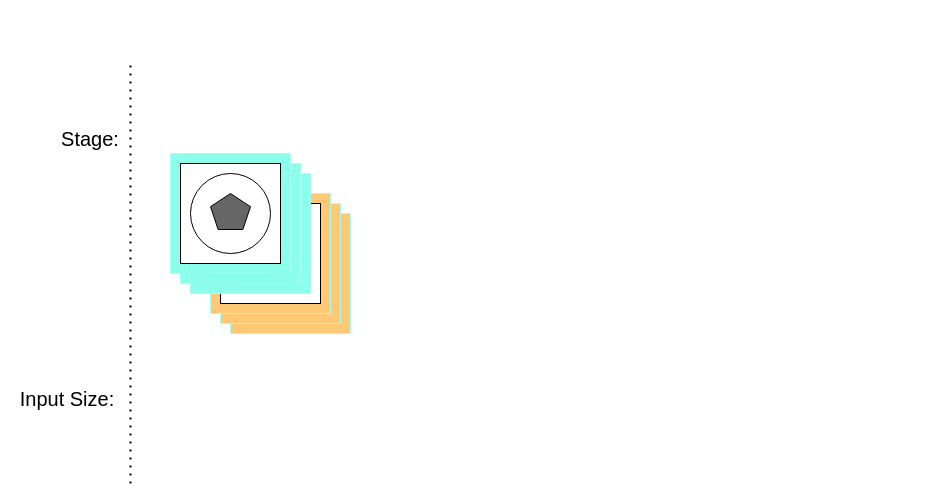
The draw.io diagram network.drawio in RoggerL/draw, before the edit. Source tidied: cells renumbered, new cells numbered last; positions are measured from the earlier drawing's top-left corner, leaving out a move shared by most shapes. Both pictures are drawn from the tidied source at 100%, with x=0, y=0 at pixel (17, 63).
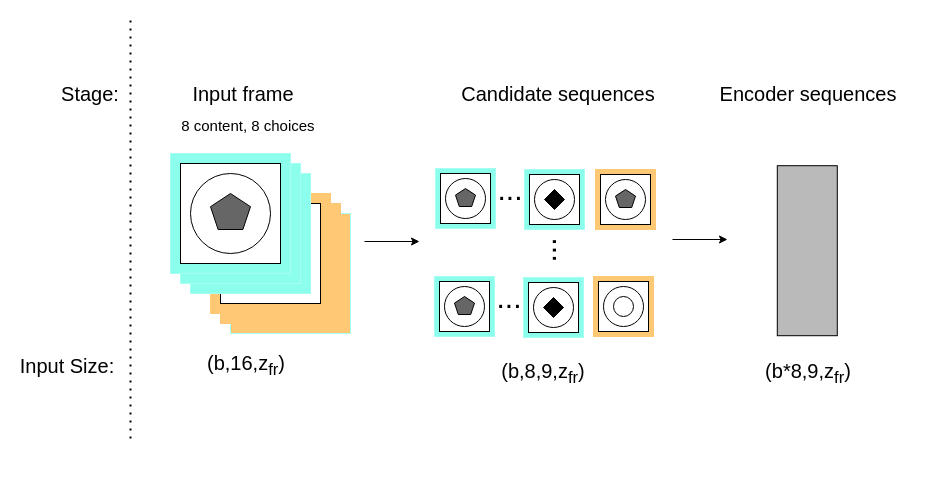
The same diagram, later.

The change refers to these unchanged cells:
```xml
<mxCell id="7" style="group;fillColor=#A6FFF3;strokeColor=#000000;" parent="1" vertex="1">
  <mxGeometry x="203" y="140" width="120" height="120" as="geometry" />
</mxCell>
```

Diff of the diagram source:
```diff
@@
-    <mxCell id="2" style="group;fillColor=#A6FFF3;strokeColor=#000000;" parent="1" vertex="1">
+    <mxCell id="2" style="group;fillColor=#A6FFF3;strokeColor=#FFC875;" parent="1" vertex="1">
       <mxGeometry x="213" y="150" width="120" height="120" as="geometry" />
     </mxCell>
@@
-    <mxCell id="8" style="whiteSpace=wrap;html=1;fillColor=#FFC875;strokeColor=#A6FFF3;" parent="7" vertex="1">
+    <mxCell id="8" style="whiteSpace=wrap;html=1;fillColor=#FFC875;strokeColor=#FFC875;" parent="7" vertex="1">
       <mxGeometry width="120" height="120" as="geometry" />
     </mxCell>
@@
-    <mxCell id="12" style="group;fillColor=#A6FFF3;strokeColor=#000000;" parent="1" vertex="1">
+    <mxCell id="12" style="group;fillColor=#A6FFF3;strokeColor=#FFC875;" parent="1" vertex="1">
       <mxGeometry x="193" y="130" width="120" height="120" as="geometry" />
     </mxCell>
-    <mxCell id="13" style="whiteSpace=wrap;html=1;fillColor=#FFC875;strokeColor=#A6FFF3;" parent="12" vertex="1">
+    <mxCell id="13" style="whiteSpace=wrap;html=1;fillColor=#FFC875;strokeColor=#FFC875;" parent="12" vertex="1">
       <mxGeometry width="120" height="120" as="geometry" />
     </mxCell>
@@
     <mxCell id="32" style="endArrow=none;dashed=1;html=1;dashPattern=1 3;strokeWidth=2;rounded=0;" parent="1" edge="1">
       <mxGeometry relative="1" as="geometry">
-        <mxPoint x="113" y="420" as="sourcePoint" />
-        <mxPoint x="113" as="targetPoint" />
+        <mxPoint x="113" y="375" as="sourcePoint" />
+        <mxPoint x="113" y="-45" as="targetPoint" />
       </mxGeometry>
     </mxCell>
     <mxCell id="33" value="&lt;font style=&quot;font-size: 20px&quot;&gt;Stage:&lt;/font&gt;" style="text;html=1;strokeColor=none;fillColor=none;align=center;verticalAlign=middle;whiteSpace=wrap;rounded=0;" parent="1" vertex="1">
-      <mxGeometry x="43" y="60" width="60" height="30" as="geometry" />
+      <mxGeometry x="43" y="15" width="60" height="30" as="geometry" />
     </mxCell>
     <mxCell id="34" value="Input Size:" style="text;html=1;strokeColor=none;fillColor=none;align=center;verticalAlign=middle;whiteSpace=wrap;rounded=0;fontSize=20;" parent="1" vertex="1">
-      <mxGeometry y="320" width="100" height="30" as="geometry" />
+      <mxGeometry y="287" width="100" height="30" as="geometry" />
     </mxCell>
+    <mxCell id="35" value="&lt;font style=&quot;font-size: 20px&quot;&gt;Input frame&lt;/font&gt;" style="text;html=1;strokeColor=none;fillColor=none;align=center;verticalAlign=middle;whiteSpace=wrap;rounded=0;" parent="1" vertex="1">
+      <mxGeometry x="166" y="15" width="120" height="30" as="geometry" />
+    </mxCell>
+    <mxCell id="36" value="&lt;font style=&quot;font-size: 15px&quot;&gt;&lt;font style=&quot;font-size: 15px&quot;&gt;8 content, 8 choices&lt;/font&gt;&amp;nbsp;&lt;/font&gt;" style="text;html=1;strokeColor=none;fillColor=none;align=center;verticalAlign=middle;whiteSpace=wrap;rounded=0;fontSize=20;" parent="1" vertex="1">
+      <mxGeometry x="153" y="45" width="160" height="30" as="geometry" />
+    </mxCell>
+    <mxCell id="37" value="&lt;font style=&quot;font-size: 20px&quot;&gt;(b,16,z&lt;sub&gt;fr&lt;/sub&gt;)&lt;/font&gt;" style="text;html=1;strokeColor=none;fillColor=none;align=center;verticalAlign=middle;whiteSpace=wrap;rounded=0;fontSize=15;" parent="1" vertex="1">
+      <mxGeometry x="199" y="287" width="60" height="30" as="geometry" />
+    </mxCell>
+    <mxCell id="38" style="endArrow=classic;html=1;rounded=0;fontSize=20;" parent="1" edge="1">
+      <mxGeometry relative="1" as="geometry">
+        <mxPoint x="347" y="178" as="sourcePoint" />
+        <mxPoint x="402" y="178" as="targetPoint" />
+      </mxGeometry>
+    </mxCell>
+    <mxCell id="39" style="group;fillColor=#A6FFF3;strokeColor=#000000;" parent="1" vertex="1">
+      <mxGeometry x="418" y="105" width="60" height="60" as="geometry" />
+    </mxCell>
+    <mxCell id="40" style="whiteSpace=wrap;html=1;fillColor=#8CFFEC;strokeColor=#A6FFF3;" parent="39" vertex="1">
+      <mxGeometry width="60" height="60" as="geometry" />
+    </mxCell>
+    <mxCell id="41" style="whiteSpace=wrap;html=1;strokeColor=#000000;fillColor=#FFFFFF;" parent="39" vertex="1">
+      <mxGeometry x="5" y="5" width="50" height="50" as="geometry" />
+    </mxCell>
+    <mxCell id="42" style="ellipse;whiteSpace=wrap;html=1;strokeColor=#000000;fillColor=#FFFFFF;" parent="39" vertex="1">
+      <mxGeometry x="10" y="10" width="40" height="40" as="geometry" />
+    </mxCell>
+    <mxCell id="43" style="whiteSpace=wrap;html=1;shape=mxgraph.basic.pentagon;fillColor=#666666;strokeColor=#000000;" parent="39" vertex="1">
+      <mxGeometry x="20" y="20" width="20" height="18" as="geometry" />
+    </mxCell>
+    <mxCell id="44" value="&lt;font style=&quot;font-size: 30px&quot;&gt;...&lt;/font&gt;" style="text;html=1;strokeColor=none;fillColor=none;align=center;verticalAlign=middle;whiteSpace=wrap;rounded=0;fontSize=20;" parent="1" vertex="1">
+      <mxGeometry x="473" y="116" width="40" height="20" as="geometry" />
+    </mxCell>
+    <mxCell id="45" style="group;fillColor=#A6FFF3;strokeColor=#000000;" parent="1" vertex="1">
+      <mxGeometry x="507" y="106" width="60" height="60" as="geometry" />
+    </mxCell>
+    <mxCell id="46" style="whiteSpace=wrap;html=1;fillColor=#8CFFEC;strokeColor=#A6FFF3;" parent="45" vertex="1">
+      <mxGeometry width="60" height="60" as="geometry" />
+    </mxCell>
+    <mxCell id="47" style="whiteSpace=wrap;html=1;strokeColor=#000000;fillColor=#FFFFFF;" parent="45" vertex="1">
+      <mxGeometry x="5" y="5" width="50" height="50" as="geometry" />
+    </mxCell>
+    <mxCell id="48" style="ellipse;whiteSpace=wrap;html=1;strokeColor=#000000;fillColor=#FFFFFF;" parent="45" vertex="1">
+      <mxGeometry x="10" y="10" width="40" height="40" as="geometry" />
+    </mxCell>
+    <mxCell id="49" style="rhombus;whiteSpace=wrap;html=1;fontSize=20;strokeColor=#000000;fillColor=#000000;" parent="45" vertex="1">
+      <mxGeometry x="20" y="20" width="20" height="20" as="geometry" />
+    </mxCell>
+    <mxCell id="50" style="group;fillColor=#A6FFF3;strokeColor=#000000;" parent="1" vertex="1">
+      <mxGeometry x="578" y="106" width="60" height="60" as="geometry" />
+    </mxCell>
+    <mxCell id="51" style="whiteSpace=wrap;html=1;fillColor=#FFC875;strokeColor=#FFC875;" parent="50" vertex="1">
+      <mxGeometry width="60" height="60" as="geometry" />
+    </mxCell>
+    <mxCell id="52" style="whiteSpace=wrap;html=1;strokeColor=#000000;fillColor=#FFFFFF;" parent="50" vertex="1">
+      <mxGeometry x="5" y="5" width="50" height="50" as="geometry" />
+    </mxCell>
+    <mxCell id="53" style="ellipse;whiteSpace=wrap;html=1;strokeColor=#000000;fillColor=#FFFFFF;" parent="50" vertex="1">
+      <mxGeometry x="10" y="10" width="40" height="40" as="geometry" />
+    </mxCell>
+    <mxCell id="54" style="whiteSpace=wrap;html=1;shape=mxgraph.basic.pentagon;fillColor=#666666;strokeColor=#000000;" parent="50" vertex="1">
+      <mxGeometry x="20" y="20" width="20" height="18" as="geometry" />
+    </mxCell>
+    <mxCell id="55" style="group;fillColor=#A6FFF3;strokeColor=#000000;" parent="1" vertex="1">
+      <mxGeometry x="417" y="213" width="60" height="60" as="geometry" />
+    </mxCell>
+    <mxCell id="56" style="whiteSpace=wrap;html=1;fillColor=#8CFFEC;strokeColor=#A6FFF3;" parent="55" vertex="1">
+      <mxGeometry width="60" height="60" as="geometry" />
+    </mxCell>
+    <mxCell id="57" style="whiteSpace=wrap;html=1;strokeColor=#000000;fillColor=#FFFFFF;" parent="55" vertex="1">
+      <mxGeometry x="5" y="5" width="50" height="50" as="geometry" />
+    </mxCell>
+    <mxCell id="58" style="ellipse;whiteSpace=wrap;html=1;strokeColor=#000000;fillColor=#FFFFFF;" parent="55" vertex="1">
+      <mxGeometry x="10" y="10" width="40" height="40" as="geometry" />
+    </mxCell>
+    <mxCell id="59" style="whiteSpace=wrap;html=1;shape=mxgraph.basic.pentagon;fillColor=#666666;strokeColor=#000000;" parent="55" vertex="1">
+      <mxGeometry x="20" y="20" width="20" height="18" as="geometry" />
+    </mxCell>
+    <mxCell id="60" value="&lt;font style=&quot;font-size: 30px&quot;&gt;...&lt;/font&gt;" style="text;html=1;strokeColor=none;fillColor=none;align=center;verticalAlign=middle;whiteSpace=wrap;rounded=0;fontSize=20;" parent="1" vertex="1">
+      <mxGeometry x="472" y="224" width="40" height="20" as="geometry" />
+    </mxCell>
+    <mxCell id="61" style="group;fillColor=#A6FFF3;strokeColor=#000000;" parent="1" vertex="1">
+      <mxGeometry x="506" y="214" width="60" height="60" as="geometry" />
+    </mxCell>
+    <mxCell id="62" style="whiteSpace=wrap;html=1;fillColor=#8CFFEC;strokeColor=#A6FFF3;" parent="61" vertex="1">
+      <mxGeometry width="60" height="60" as="geometry" />
+    </mxCell>
+    <mxCell id="63" style="whiteSpace=wrap;html=1;strokeColor=#000000;fillColor=#FFFFFF;" parent="61" vertex="1">
+      <mxGeometry x="5" y="5" width="50" height="50" as="geometry" />
+    </mxCell>
+    <mxCell id="64" style="ellipse;whiteSpace=wrap;html=1;strokeColor=#000000;fillColor=#FFFFFF;" parent="61" vertex="1">
+      <mxGeometry x="10" y="10" width="40" height="40" as="geometry" />
+    </mxCell>
+    <mxCell id="65" style="rhombus;whiteSpace=wrap;html=1;fontSize=20;strokeColor=#000000;fillColor=#000000;" parent="61" vertex="1">
+      <mxGeometry x="20" y="20" width="20" height="20" as="geometry" />
+    </mxCell>
+    <mxCell id="66" value="..." style="text;html=1;strokeColor=none;fillColor=none;align=center;verticalAlign=middle;whiteSpace=wrap;rounded=0;fontSize=30;rotation=-90;" parent="1" vertex="1">
+      <mxGeometry x="498" y="172" width="60" height="30" as="geometry" />
+    </mxCell>
+    <mxCell id="67" style="group;fillColor=#A6FFF3;strokeColor=#000000;" parent="1" vertex="1">
+      <mxGeometry x="576" y="213" width="60" height="60" as="geometry" />
+    </mxCell>
+    <mxCell id="68" style="whiteSpace=wrap;html=1;fillColor=#FFC875;strokeColor=#FFC875;" parent="67" vertex="1">
+      <mxGeometry width="60" height="60" as="geometry" />
+    </mxCell>
+    <mxCell id="69" style="whiteSpace=wrap;html=1;strokeColor=#000000;fillColor=#FFFFFF;" parent="67" vertex="1">
+      <mxGeometry x="5" y="5" width="50" height="50" as="geometry" />
+    </mxCell>
+    <mxCell id="70" style="ellipse;whiteSpace=wrap;html=1;strokeColor=#000000;fillColor=#FFFFFF;" parent="67" vertex="1">
+      <mxGeometry x="10" y="10" width="40" height="40" as="geometry" />
+    </mxCell>
+    <mxCell id="71" style="ellipse;whiteSpace=wrap;html=1;fontSize=30;strokeColor=#000000;fillColor=#FFFFFF;" parent="67" vertex="1">
+      <mxGeometry x="20" y="20" width="20" height="20" as="geometry" />
+    </mxCell>
+    <mxCell id="72" value="&lt;font style=&quot;font-size: 20px&quot;&gt;Candidate sequences&lt;/font&gt;" style="text;html=1;strokeColor=none;fillColor=none;align=center;verticalAlign=middle;whiteSpace=wrap;rounded=0;" parent="1" vertex="1">
+      <mxGeometry x="436" y="15" width="210" height="30" as="geometry" />
+    </mxCell>
+    <mxCell id="73" value="&lt;font style=&quot;font-size: 20px&quot;&gt;(b,8,9,z&lt;sub&gt;fr&lt;/sub&gt;)&lt;/font&gt;" style="text;html=1;strokeColor=none;fillColor=none;align=center;verticalAlign=middle;whiteSpace=wrap;rounded=0;fontSize=15;" parent="1" vertex="1">
+      <mxGeometry x="496" y="295" width="60" height="30" as="geometry" />
+    </mxCell>
+    <mxCell id="74" style="endArrow=classic;html=1;rounded=0;fontSize=20;" parent="1" edge="1">
+      <mxGeometry relative="1" as="geometry">
+        <mxPoint x="655" y="176" as="sourcePoint" />
+        <mxPoint x="710" y="176" as="targetPoint" />
+      </mxGeometry>
+    </mxCell>
+    <mxCell id="75" style="rounded=0;whiteSpace=wrap;html=1;fontSize=30;strokeColor=#000000;fillColor=#BABABA;rotation=90;" parent="1" vertex="1">
+      <mxGeometry x="704.8" y="157.2" width="170" height="60" as="geometry" />
+    </mxCell>
+    <mxCell id="76" value="&lt;font style=&quot;font-size: 20px&quot;&gt;Encoder sequences&lt;/font&gt;" style="text;html=1;strokeColor=none;fillColor=none;align=center;verticalAlign=middle;whiteSpace=wrap;rounded=0;" parent="1" vertex="1">
+      <mxGeometry x="686" y="15" width="210" height="30" as="geometry" />
+    </mxCell>
+    <mxCell id="77" value="&lt;font style=&quot;font-size: 20px&quot;&gt;(b*8,9,z&lt;sub&gt;fr&lt;/sub&gt;)&lt;/font&gt;" style="text;html=1;strokeColor=none;fillColor=none;align=center;verticalAlign=middle;whiteSpace=wrap;rounded=0;fontSize=15;" parent="1" vertex="1">
+      <mxGeometry x="761" y="295" width="60" height="30" as="geometry" />
+    </mxCell>
```
